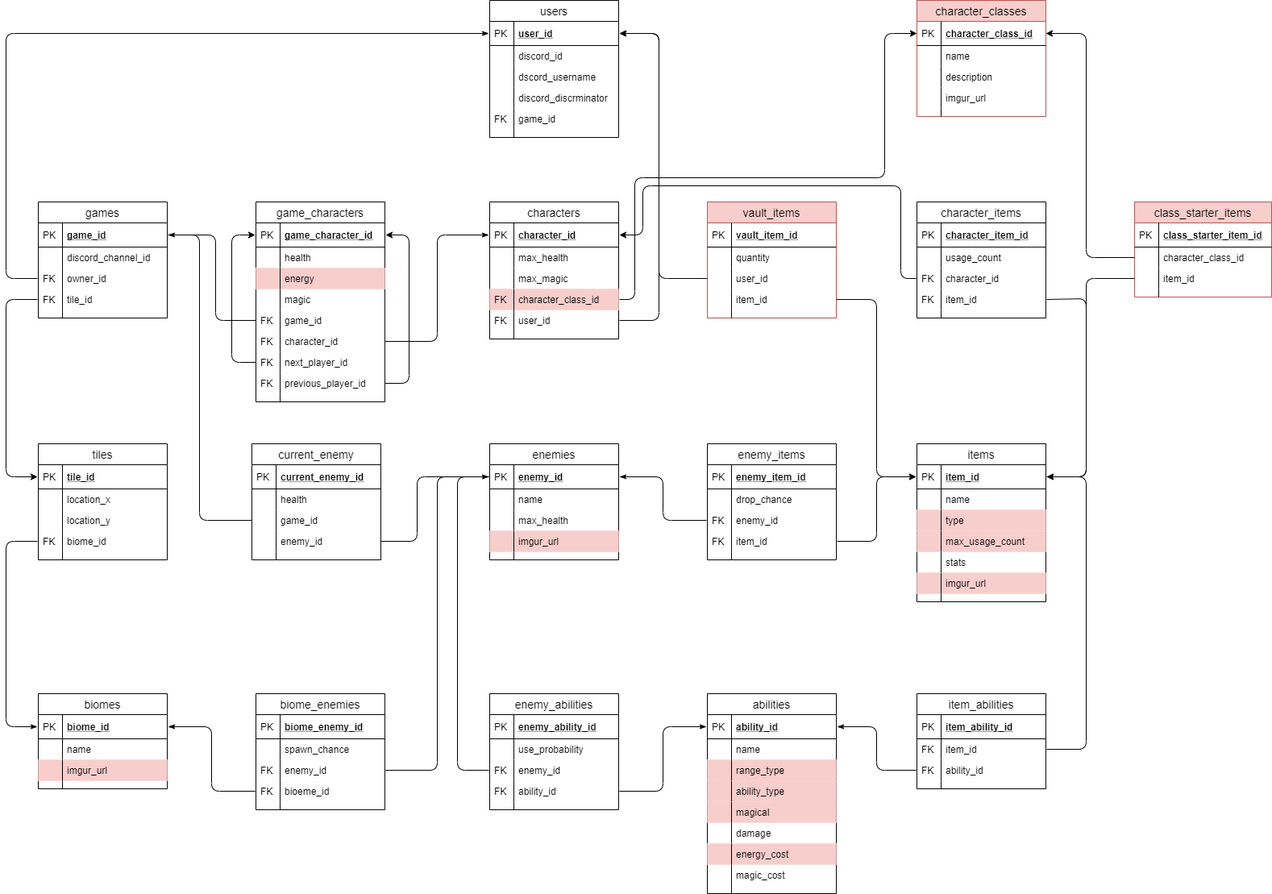
MathyouMB/DungeonsAndDiscords keeps this draw.io diagram as schema.png. Above is the earlier version. Source tidied: cells renumbered, new cells last; positions are measured from the earlier drawing's top-left corner, leaving out a move shared by most shapes.
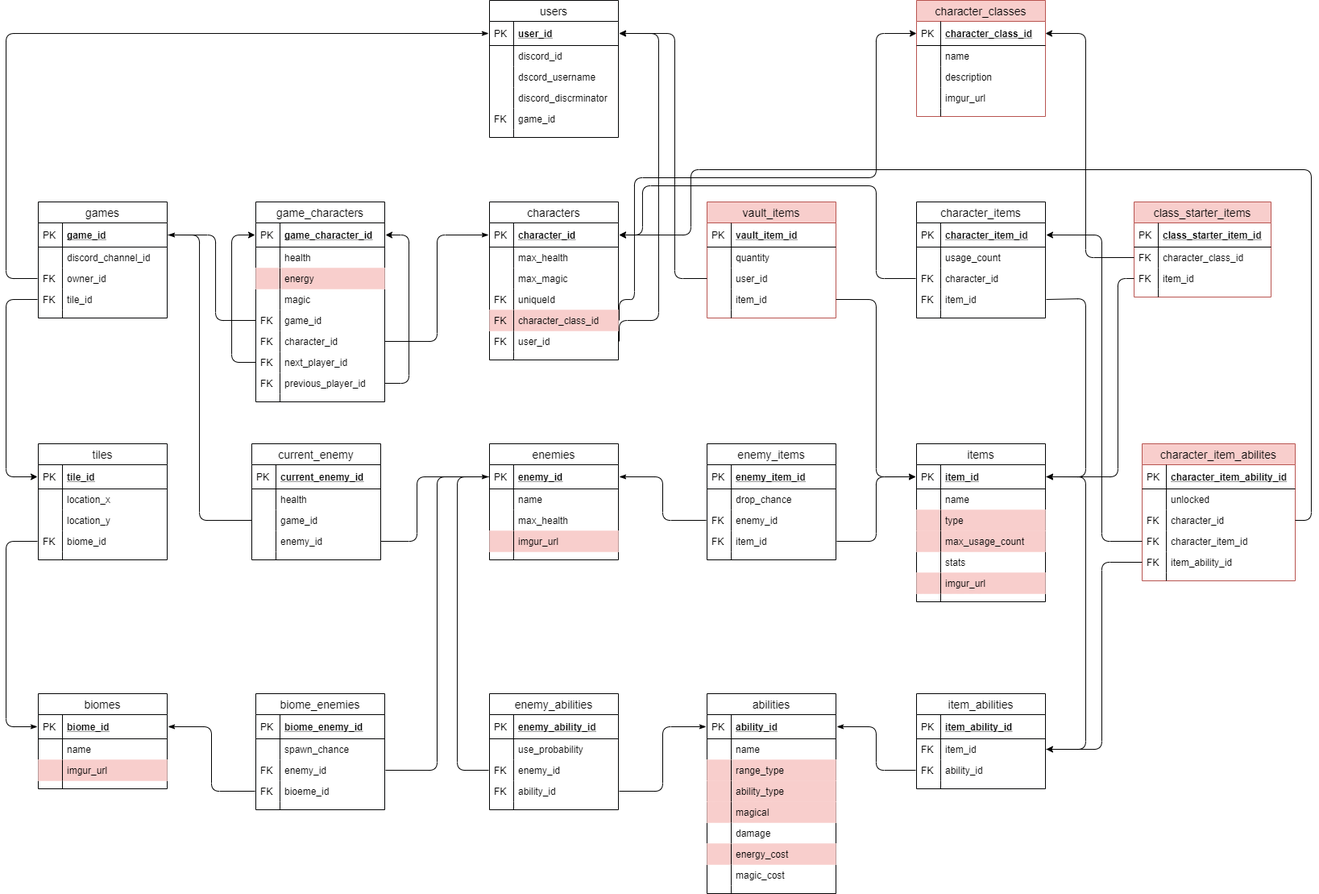
Above is the later version.

Change to the diagram source:
```diff
@@ -36,7 +36,7 @@
       <mxGeometry width="30" height="10" as="geometry" />
     </mxCell>
     <mxCell id="13" value="characters" style="swimlane;fontStyle=0;horizontal=1;startSize=26;align=center;fontSize=14;fillColor=none;strokeColor=#030405;strokeWidth=1;perimeterSpacing=1;" parent="1" vertex="1">
-      <mxGeometry x="600" y="250" width="160" height="170" as="geometry" />
+      <mxGeometry x="600" y="250" width="160" height="196" as="geometry" />
     </mxCell>
     <mxCell id="14" value="character_id" style="shape=partialRectangle;top=0;left=0;right=0;bottom=1;align=left;verticalAlign=middle;spacingLeft=34;spacingRight=4;overflow=hidden;points=[[0,0.5],[1,0.5]];portConstraint=eastwest;fontStyle=5;fontSize=12;fillColor=none;strokeColor=#030405;strokeWidth=1;perimeterSpacing=1;" parent="13" vertex="1">
       <mxGeometry y="26" width="160" height="30" as="geometry" />
@@ -56,20 +56,26 @@
     <mxCell id="19" style="shape=partialRectangle;top=0;left=0;bottom=0;align=left;verticalAlign=top;spacingLeft=4;spacingRight=4;overflow=hidden;fontSize=12;fillColor=none;strokeColor=#030405;strokeWidth=1;perimeterSpacing=1;" parent="18" vertex="1">
       <mxGeometry width="30" height="26" as="geometry" />
     </mxCell>
+    <mxCell id="243" value="uniqueId" style="shape=partialRectangle;top=0;left=0;right=0;bottom=0;align=left;verticalAlign=top;fillColor=none;spacingLeft=34;spacingRight=4;overflow=hidden;fontSize=12;" parent="13" vertex="1">
+      <mxGeometry y="108" width="160" height="26" as="geometry" />
+    </mxCell>
+    <mxCell id="244" value="FK" style="shape=partialRectangle;top=0;left=0;bottom=0;fillColor=none;align=left;verticalAlign=top;spacingLeft=4;spacingRight=4;overflow=hidden;fontSize=12;" parent="243" vertex="1">
+      <mxGeometry width="30" height="26" as="geometry" />
+    </mxCell>
     <mxCell id="20" value="character_class_id" style="shape=partialRectangle;top=0;left=0;right=0;bottom=0;align=left;verticalAlign=top;spacingLeft=34;spacingRight=4;overflow=hidden;points=[[0,0.5],[1,0.5]];portConstraint=eastwest;fontSize=12;fillColor=#f8cecc;strokeColor=#b85450;strokeWidth=1;perimeterSpacing=1;" parent="13" vertex="1">
-      <mxGeometry y="108" width="160" height="26" as="geometry" />
+      <mxGeometry y="134" width="160" height="26" as="geometry" />
     </mxCell>
     <mxCell id="21" value="FK" style="shape=partialRectangle;top=0;left=0;bottom=0;align=left;verticalAlign=top;spacingLeft=4;spacingRight=4;overflow=hidden;fontSize=12;fillColor=none;strokeColor=#030405;strokeWidth=1;perimeterSpacing=1;" parent="20" vertex="1">
       <mxGeometry width="30" height="26" as="geometry" />
     </mxCell>
     <mxCell id="22" value="user_id" style="shape=partialRectangle;top=0;left=0;right=0;bottom=0;align=left;verticalAlign=top;spacingLeft=34;spacingRight=4;overflow=hidden;points=[[0,0.5],[1,0.5]];portConstraint=eastwest;fontSize=12;fillColor=none;strokeColor=#030405;strokeWidth=1;perimeterSpacing=1;" parent="13" vertex="1">
-      <mxGeometry y="134" width="160" height="26" as="geometry" />
+      <mxGeometry y="160" width="160" height="26" as="geometry" />
     </mxCell>
     <mxCell id="23" value="FK" style="shape=partialRectangle;top=0;left=0;bottom=0;align=left;verticalAlign=top;spacingLeft=4;spacingRight=4;overflow=hidden;fontSize=12;fillColor=none;strokeColor=#030405;strokeWidth=1;perimeterSpacing=1;" parent="22" vertex="1">
       <mxGeometry width="30" height="26" as="geometry" />
     </mxCell>
     <mxCell id="24" style="shape=partialRectangle;top=0;left=0;right=0;bottom=0;align=left;verticalAlign=top;spacingLeft=34;spacingRight=4;overflow=hidden;fontSize=12;fillColor=none;strokeColor=#030405;strokeWidth=1;perimeterSpacing=1;" parent="13" vertex="1">
-      <mxGeometry y="160" width="160" height="10" as="geometry" />
+      <mxGeometry y="186" width="160" height="10" as="geometry" />
     </mxCell>
     <mxCell id="25" style="shape=partialRectangle;top=0;left=0;bottom=0;align=left;verticalAlign=top;spacingLeft=4;spacingRight=4;overflow=hidden;fontSize=12;fillColor=none;strokeColor=#030405;strokeWidth=1;perimeterSpacing=1;" parent="24" vertex="1">
       <mxGeometry width="30" height="10" as="geometry" />
@@ -607,8 +613,8 @@
         <Array as="points">
           <mxPoint x="780" y="371" />
           <mxPoint x="780" y="220" />
-          <mxPoint x="1090" y="220" />
-          <mxPoint x="1090" y="41" />
+          <mxPoint x="1080" y="220" />
+          <mxPoint x="1080" y="41" />
         </Array>
       </mxGeometry>
     </mxCell>
@@ -729,13 +735,13 @@
     <mxCell id="221" value="character_class_id" style="shape=partialRectangle;top=0;left=0;right=0;bottom=0;align=left;verticalAlign=top;fillColor=none;spacingLeft=34;spacingRight=4;overflow=hidden;points=[[0,0.5],[1,0.5]];portConstraint=eastwest;fontSize=12;" parent="218" vertex="1">
       <mxGeometry y="56" width="170" height="26" as="geometry" />
     </mxCell>
-    <mxCell id="222" style="shape=partialRectangle;top=0;left=0;bottom=0;fillColor=none;align=left;verticalAlign=top;spacingLeft=4;spacingRight=4;overflow=hidden;fontSize=12;" parent="221" vertex="1">
+    <mxCell id="222" value="FK" style="shape=partialRectangle;top=0;left=0;bottom=0;fillColor=none;align=left;verticalAlign=top;spacingLeft=4;spacingRight=4;overflow=hidden;fontSize=12;" parent="221" vertex="1">
       <mxGeometry width="30" height="26" as="geometry" />
     </mxCell>
     <mxCell id="223" value="item_id" style="shape=partialRectangle;top=0;left=0;right=0;bottom=0;align=left;verticalAlign=top;fillColor=none;spacingLeft=34;spacingRight=4;overflow=hidden;points=[[0,0.5],[1,0.5]];portConstraint=eastwest;fontSize=12;" parent="218" vertex="1">
       <mxGeometry y="82" width="170" height="26" as="geometry" />
     </mxCell>
-    <mxCell id="224" style="shape=partialRectangle;top=0;left=0;bottom=0;fillColor=none;align=left;verticalAlign=top;spacingLeft=4;spacingRight=4;overflow=hidden;fontSize=12;" parent="223" vertex="1">
+    <mxCell id="224" value="FK" style="shape=partialRectangle;top=0;left=0;bottom=0;fillColor=none;align=left;verticalAlign=top;spacingLeft=4;spacingRight=4;overflow=hidden;fontSize=12;" parent="223" vertex="1">
       <mxGeometry width="30" height="26" as="geometry" />
     </mxCell>
     <mxCell id="225" style="shape=partialRectangle;top=0;left=0;right=0;bottom=0;align=left;verticalAlign=top;fillColor=none;spacingLeft=34;spacingRight=4;overflow=hidden;fontSize=12;" parent="218" vertex="1">
@@ -755,8 +761,8 @@
     <mxCell id="228" style="endArrow=classic;html=1;exitX=0;exitY=0.5;exitDx=0;exitDy=0;entryX=1;entryY=0.5;entryDx=0;entryDy=0;edgeStyle=orthogonalEdgeStyle;" parent="1" edge="1" source="223" target="135">
       <mxGeometry relative="1" as="geometry">
         <Array as="points">
-          <mxPoint x="1340" y="345" />
-          <mxPoint x="1340" y="591" />
+          <mxPoint x="1380" y="345" />
+          <mxPoint x="1380" y="591" />
         </Array>
       </mxGeometry>
     </mxCell>
@@ -796,8 +802,8 @@
     <mxCell id="240" style="endArrow=classic;html=1;exitX=0;exitY=0.5;exitDx=0;exitDy=0;entryX=1;entryY=0.5;entryDx=0;entryDy=0;edgeStyle=orthogonalEdgeStyle;" parent="1" edge="1" source="234" target="195">
       <mxGeometry relative="1" as="geometry">
         <Array as="points">
-          <mxPoint x="810" y="345" />
-          <mxPoint x="810" y="41" />
+          <mxPoint x="830" y="345" />
+          <mxPoint x="830" y="41" />
         </Array>
       </mxGeometry>
     </mxCell>
@@ -807,12 +813,77 @@
     <mxCell id="242" style="endArrow=classic;html=1;exitX=0;exitY=0.5;exitDx=0;exitDy=0;entryX=1;entryY=0.5;entryDx=0;entryDy=0;edgeStyle=orthogonalEdgeStyle;" parent="1" edge="1" source="188" target="14">
       <mxGeometry relative="1" as="geometry">
         <Array as="points">
-          <mxPoint x="1110" y="345" />
-          <mxPoint x="1110" y="230" />
+          <mxPoint x="1080" y="345" />
+          <mxPoint x="1080" y="230" />
           <mxPoint x="790" y="230" />
           <mxPoint x="790" y="291" />
         </Array>
       </mxGeometry>
     </mxCell>
+    <mxCell id="245" value="character_item_abilites" style="swimlane;fontStyle=0;horizontal=1;startSize=26;align=center;fontSize=14;fillColor=#f8cecc;strokeColor=#b85450;" parent="1" vertex="1">
+      <mxGeometry x="1410" y="550" width="190" height="170" as="geometry" />
+    </mxCell>
+    <mxCell id="246" value="character_item_ability_id" style="shape=partialRectangle;top=0;left=0;right=0;bottom=1;align=left;verticalAlign=middle;fillColor=none;spacingLeft=34;spacingRight=4;overflow=hidden;fontStyle=5;fontSize=12;" parent="245" vertex="1">
+      <mxGeometry y="26" width="190" height="30" as="geometry" />
+    </mxCell>
+    <mxCell id="247" value="PK" style="shape=partialRectangle;top=0;left=0;bottom=0;fillColor=none;align=left;verticalAlign=middle;spacingLeft=4;spacingRight=4;overflow=hidden;fontSize=12;" parent="246" vertex="1">
+      <mxGeometry width="30" height="30" as="geometry" />
+    </mxCell>
+    <mxCell id="248" value="unlocked" style="shape=partialRectangle;top=0;left=0;right=0;bottom=0;align=left;verticalAlign=top;fillColor=none;spacingLeft=34;spacingRight=4;overflow=hidden;fontSize=12;" parent="245" vertex="1">
+      <mxGeometry y="56" width="190" height="26" as="geometry" />
+    </mxCell>
+    <mxCell id="249" style="shape=partialRectangle;top=0;left=0;bottom=0;fillColor=none;align=left;verticalAlign=top;spacingLeft=4;spacingRight=4;overflow=hidden;fontSize=12;" parent="248" vertex="1">
+      <mxGeometry width="30" height="26" as="geometry" />
+    </mxCell>
+    <mxCell id="250" value="character_id" style="shape=partialRectangle;top=0;left=0;right=0;bottom=0;align=left;verticalAlign=top;fillColor=none;spacingLeft=34;spacingRight=4;overflow=hidden;points=[[0,0.5],[1,0.5]];portConstraint=eastwest;fontSize=12;" parent="245" vertex="1">
+      <mxGeometry y="82" width="190" height="26" as="geometry" />
+    </mxCell>
+    <mxCell id="251" value="FK" style="shape=partialRectangle;top=0;left=0;bottom=0;fillColor=none;align=left;verticalAlign=top;spacingLeft=4;spacingRight=4;overflow=hidden;fontSize=12;" parent="250" vertex="1">
+      <mxGeometry width="30" height="26" as="geometry" />
+    </mxCell>
+    <mxCell id="252" value="character_item_id" style="shape=partialRectangle;top=0;left=0;right=0;bottom=0;align=left;verticalAlign=top;fillColor=none;spacingLeft=34;spacingRight=4;overflow=hidden;points=[[0,0.5],[1,0.5]];portConstraint=eastwest;fontSize=12;" parent="245" vertex="1">
+      <mxGeometry y="108" width="190" height="26" as="geometry" />
+    </mxCell>
+    <mxCell id="253" value="FK" style="shape=partialRectangle;top=0;left=0;bottom=0;fillColor=none;align=left;verticalAlign=top;spacingLeft=4;spacingRight=4;overflow=hidden;fontSize=12;" parent="252" vertex="1">
+      <mxGeometry width="30" height="26" as="geometry" />
+    </mxCell>
+    <mxCell id="254" value="item_ability_id" style="shape=partialRectangle;top=0;left=0;right=0;bottom=0;align=left;verticalAlign=top;fillColor=none;spacingLeft=34;spacingRight=4;overflow=hidden;points=[[0,0.5],[1,0.5]];portConstraint=eastwest;fontSize=12;" parent="245" vertex="1">
+      <mxGeometry y="134" width="190" height="26" as="geometry" />
+    </mxCell>
+    <mxCell id="255" value="FK" style="shape=partialRectangle;top=0;left=0;bottom=0;fillColor=none;align=left;verticalAlign=top;spacingLeft=4;spacingRight=4;overflow=hidden;fontSize=12;" parent="254" vertex="1">
+      <mxGeometry width="30" height="26" as="geometry" />
+    </mxCell>
+    <mxCell id="256" style="shape=partialRectangle;top=0;left=0;right=0;bottom=0;align=left;verticalAlign=top;fillColor=none;spacingLeft=34;spacingRight=4;overflow=hidden;fontSize=12;" parent="245" vertex="1">
+      <mxGeometry y="160" width="190" height="10" as="geometry" />
+    </mxCell>
+    <mxCell id="257" style="shape=partialRectangle;top=0;left=0;bottom=0;fillColor=none;align=left;verticalAlign=top;spacingLeft=4;spacingRight=4;overflow=hidden;fontSize=12;" parent="256" vertex="1">
+      <mxGeometry width="30" height="10" as="geometry" />
+    </mxCell>
+    <mxCell id="258" style="endArrow=classic;html=1;exitX=0;exitY=0.5;exitDx=0;exitDy=0;entryX=1;entryY=0.5;entryDx=0;entryDy=0;edgeStyle=orthogonalEdgeStyle;" parent="1" edge="1" source="254" target="83">
+      <mxGeometry relative="1" as="geometry">
+        <Array as="points">
+          <mxPoint x="1360" y="697" />
+          <mxPoint x="1360" y="929" />
+        </Array>
+      </mxGeometry>
+    </mxCell>
+    <mxCell id="259" style="endArrow=classic;html=1;entryX=1;entryY=0.5;entryDx=0;entryDy=0;edgeStyle=orthogonalEdgeStyle;exitX=0;exitY=0.5;exitDx=0;exitDy=0;" parent="1" edge="1" source="252" target="184">
+      <mxGeometry relative="1" as="geometry">
+        <Array as="points">
+          <mxPoint x="1360" y="671" />
+          <mxPoint x="1360" y="291" />
+        </Array>
+      </mxGeometry>
+    </mxCell>
+    <mxCell id="260" style="endArrow=classic;html=1;exitX=1;exitY=0.5;exitDx=0;exitDy=0;entryX=1;entryY=0.5;entryDx=0;entryDy=0;edgeStyle=orthogonalEdgeStyle;" parent="1" edge="1" source="250" target="14">
+      <mxGeometry relative="1" as="geometry">
+        <Array as="points">
+          <mxPoint x="1620" y="645" />
+          <mxPoint x="1620" y="210" />
+          <mxPoint x="850" y="210" />
+          <mxPoint x="850" y="291" />
+        </Array>
+      </mxGeometry>
+    </mxCell>
   </root>
 </mxGraphModel>
```
